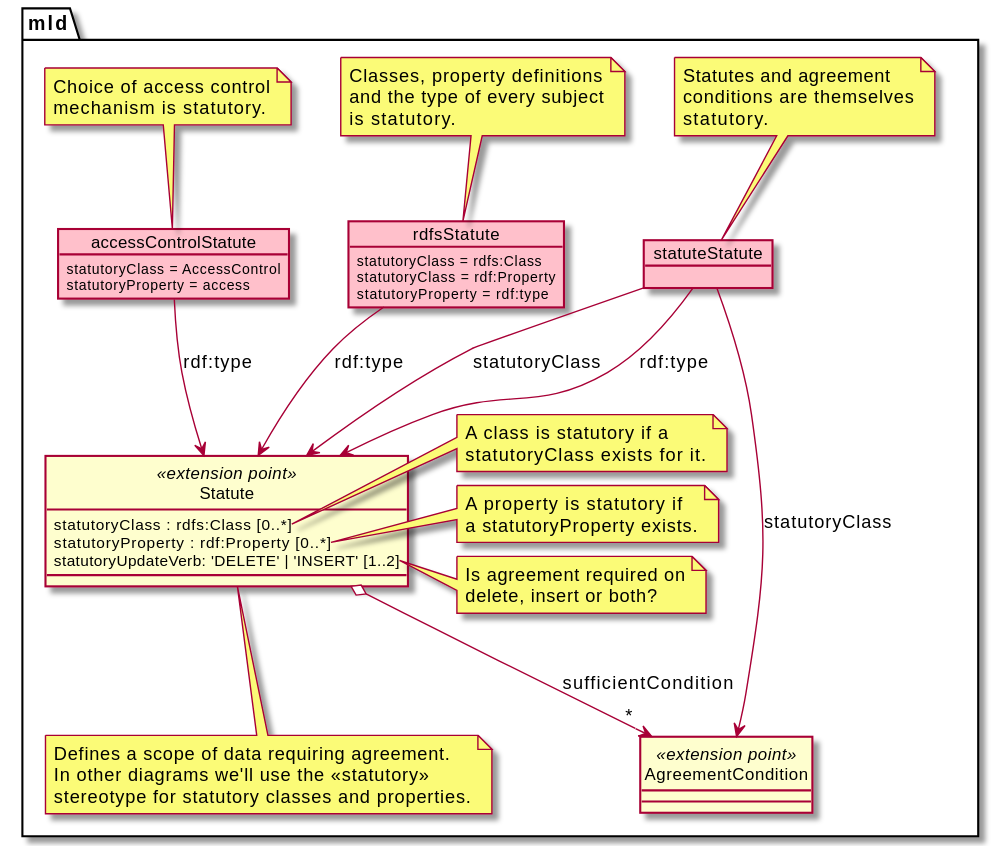
The PlantUML diagram design/img/statute.class.svg in m-ld/m-ld-security-spec, before a commit.
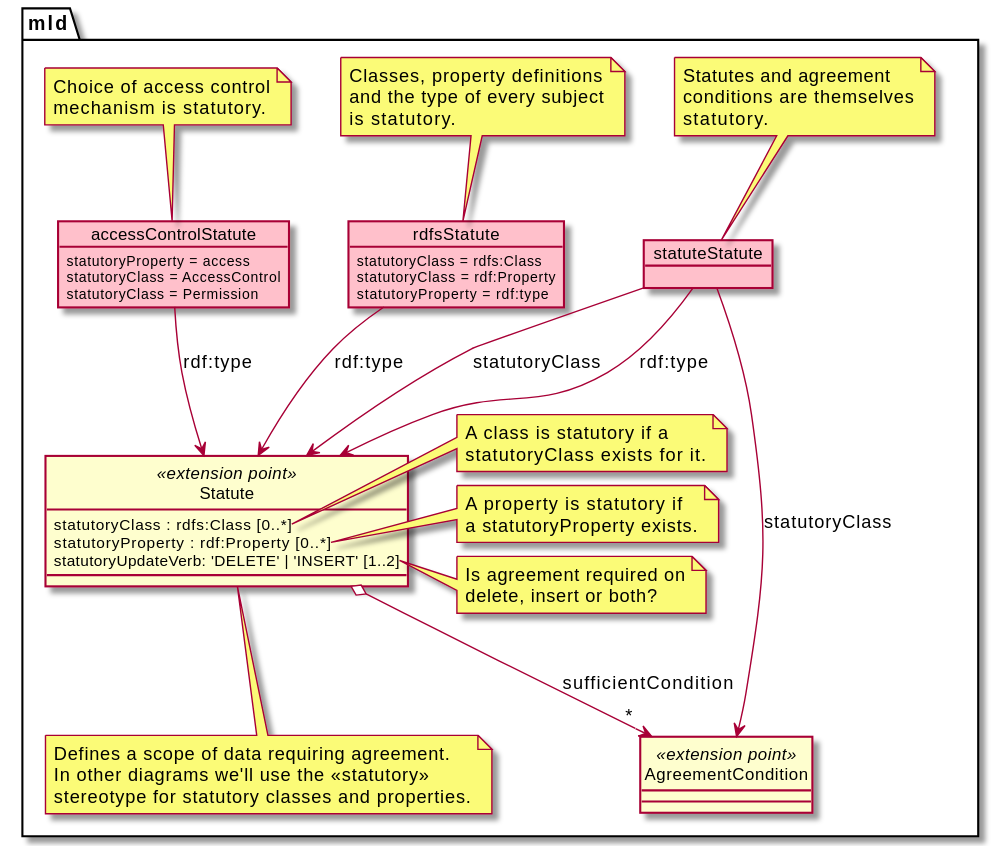
The same diagram one commit later.

The edit, as a diff of the source:
```diff
@@ -58,8 +58,9 @@
 rdfsStatute --> Statute : rdf:type
 
 object accessControlStatute {
+  statutoryProperty = access
   statutoryClass = AccessControl
-  statutoryProperty = access
+  statutoryClass = Permission
 }
 note top
   Choice of access control
```
